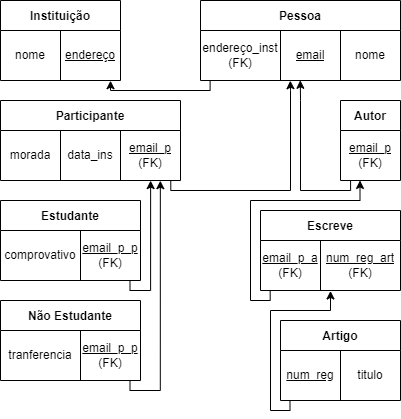
The draw.io diagram P/P03/P03-3.3_2.3.drawio.png in RafaelCurado/BD-1, before a commit. Source tidied: cells renumbered, new cells last; positions are measured from the earlier drawing's top-left corner, leaving out a move shared by most shapes.
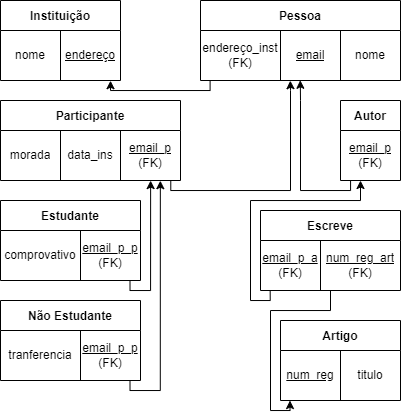
Above is the later version.

Diff of the diagram source:
```diff
@@ -85,7 +85,7 @@
     <mxCell id="24" value="&lt;span&gt;titulo&lt;/span&gt;" style="shape=partialRectangle;html=1;whiteSpace=wrap;fillColor=none;top=0;left=0;bottom=0;right=0;overflow=hidden;" parent="22" vertex="1">
       <mxGeometry x="60" width="60" height="50" as="geometry" />
     </mxCell>
-    <mxCell id="25" style="endArrow=classic;html=1;rounded=0;edgeStyle=orthogonalEdgeStyle;exitX=0.079;exitY=1.001;exitDx=0;exitDy=0;exitPerimeter=0;entryX=0.5;entryY=1.009;entryDx=0;entryDy=0;entryPerimeter=0;" parent="1" edge="1" source="22" target="16">
+    <mxCell id="25" style="endArrow=none;html=1;rounded=0;edgeStyle=orthogonalEdgeStyle;exitX=0.079;exitY=1.001;exitDx=0;exitDy=0;exitPerimeter=0;entryX=0.5;entryY=1.009;entryDx=0;entryDy=0;entryPerimeter=0;endFill=0;startArrow=classic;startFill=1;" parent="1" edge="1" source="22" target="16">
       <mxGeometry relative="1" as="geometry">
         <Array as="points">
           <mxPoint x="290" y="410" />
```
